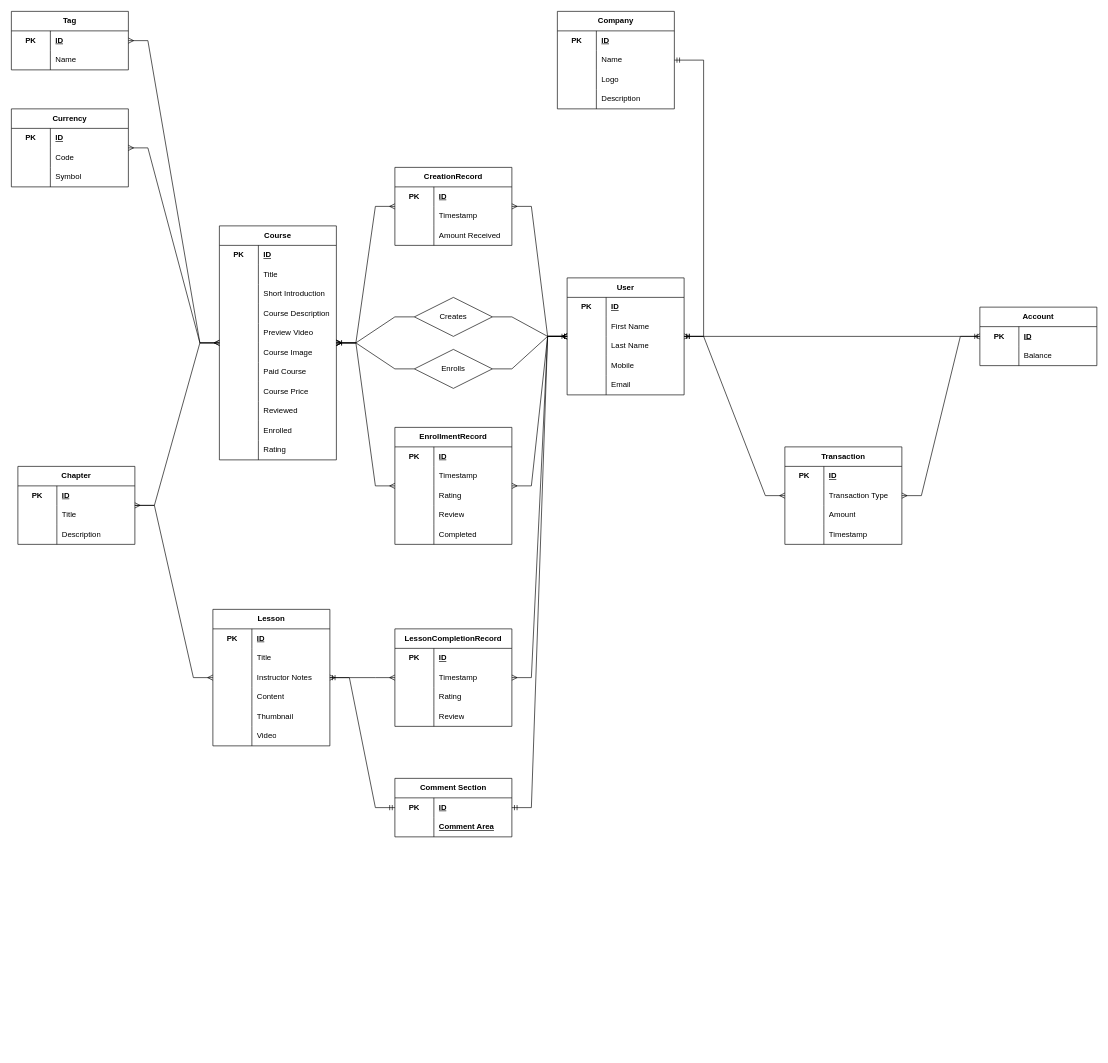
Before: Khadoo ERD.drawio in TechManTejas/Draw-IO-Diagrams, a draw.io diagram. Source tidied: cells renumbered, new cells numbered last; positions are measured from the earlier drawing's top-left corner, leaving out a move shared by most shapes. Both pictures are drawn from the tidied source at 65%, with x=0, y=0 at pixel (11, 11).
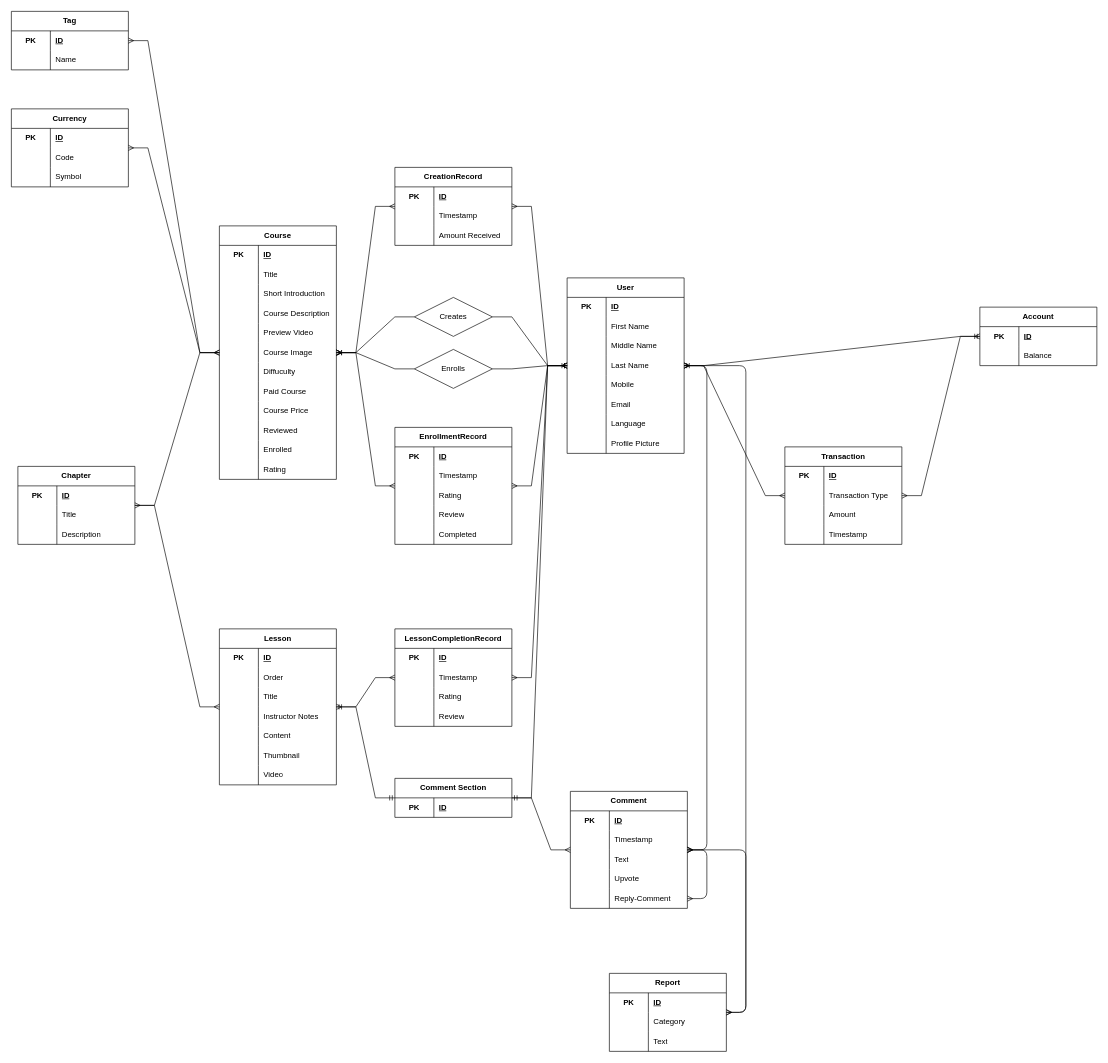
After the change.

Change to the diagram source:
```diff
@@
-    <mxCell id="2" value="Company" style="shape=table;startSize=30;childLayout=tableLayout;rowLines=0;fontStyle=1;align=center;html=1;whiteSpace=wrap;swimlaneLine=1;" parent="1" vertex="1">
-      <mxGeometry x="840" width="180" height="150" as="geometry" />
-    </mxCell>
-    <mxCell id="3" style="shape=tableRow;horizontal=0;startSize=0;swimlaneHead=0;swimlaneBody=0;fillColor=none;top=0;left=0;right=0;bottom=0;html=1;" parent="2" vertex="1">
-      <mxGeometry y="30" width="180" height="30" as="geometry" />
-    </mxCell>
-    <mxCell id="4" value="PK" style="shape=partialRectangle;fillColor=none;top=0;left=0;bottom=0;right=0;fontStyle=1;overflow=hidden;html=1;whiteSpace=wrap;" parent="3" vertex="1">
-      <mxGeometry width="60" height="30" as="geometry" />
-    </mxCell>
-    <mxCell id="5" value="ID" style="shape=partialRectangle;fillColor=none;top=0;left=0;bottom=0;right=0;align=left;spacingLeft=6;fontStyle=5;overflow=hidden;html=1;whiteSpace=wrap;" parent="3" vertex="1">
-      <mxGeometry x="60" width="120" height="30" as="geometry" />
-    </mxCell>
-    <mxCell id="6" style="shape=tableRow;horizontal=0;startSize=0;swimlaneHead=0;swimlaneBody=0;fillColor=none;top=0;left=0;right=0;bottom=0;html=1;" parent="2" vertex="1">
-      <mxGeometry y="60" width="180" height="30" as="geometry" />
-    </mxCell>
-    <mxCell id="7" style="shape=partialRectangle;fillColor=none;top=0;left=0;bottom=0;right=0;overflow=hidden;html=1;whiteSpace=wrap;" parent="6" vertex="1">
-      <mxGeometry width="60" height="30" as="geometry" />
-    </mxCell>
-    <mxCell id="8" value="Name" style="shape=partialRectangle;fillColor=none;top=0;left=0;bottom=0;right=0;align=left;spacingLeft=6;overflow=hidden;html=1;whiteSpace=wrap;" parent="6" vertex="1">
-      <mxGeometry x="60" width="120" height="30" as="geometry" />
-    </mxCell>
-    <mxCell id="9" style="shape=tableRow;horizontal=0;startSize=0;swimlaneHead=0;swimlaneBody=0;fillColor=none;top=0;left=0;right=0;bottom=0;html=1;" parent="2" vertex="1">
-      <mxGeometry y="90" width="180" height="30" as="geometry" />
-    </mxCell>
-    <mxCell id="10" style="shape=partialRectangle;fillColor=none;top=0;left=0;bottom=0;right=0;overflow=hidden;html=1;whiteSpace=wrap;" parent="9" vertex="1">
-      <mxGeometry width="60" height="30" as="geometry" />
-    </mxCell>
-    <mxCell id="11" value="Logo" style="shape=partialRectangle;fillColor=none;top=0;left=0;bottom=0;right=0;align=left;spacingLeft=6;overflow=hidden;html=1;whiteSpace=wrap;" parent="9" vertex="1">
-      <mxGeometry x="60" width="120" height="30" as="geometry" />
-    </mxCell>
-    <mxCell id="12" style="shape=tableRow;horizontal=0;startSize=0;swimlaneHead=0;swimlaneBody=0;fillColor=none;top=0;left=0;right=0;bottom=0;html=1;" parent="2" vertex="1">
-      <mxGeometry y="120" width="180" height="30" as="geometry" />
-    </mxCell>
-    <mxCell id="13" style="shape=partialRectangle;fillColor=none;top=0;left=0;bottom=0;right=0;overflow=hidden;html=1;whiteSpace=wrap;" parent="12" vertex="1">
-      <mxGeometry width="60" height="30" as="geometry" />
-    </mxCell>
-    <mxCell id="14" value="Description" style="shape=partialRectangle;fillColor=none;top=0;left=0;bottom=0;right=0;align=left;spacingLeft=6;overflow=hidden;html=1;whiteSpace=wrap;" parent="12" vertex="1">
-      <mxGeometry x="60" width="120" height="30" as="geometry" />
-    </mxCell>
     <mxCell id="15" value="&lt;div&gt;User&lt;/div&gt;" style="shape=table;startSize=30;childLayout=tableLayout;rowLines=0;fontStyle=1;align=center;html=1;whiteSpace=wrap;" parent="1" vertex="1">
-      <mxGeometry x="855" y="410" width="180" height="180" as="geometry" />
+      <mxGeometry x="855" y="410" width="180" height="270" as="geometry" />
     </mxCell>
@@
+    <mxCell id="199" style="shape=tableRow;horizontal=0;startSize=0;swimlaneHead=0;swimlaneBody=0;fillColor=none;top=0;left=0;right=0;bottom=0;html=1;" parent="15" vertex="1">
+      <mxGeometry y="90" width="180" height="30" as="geometry" />
+    </mxCell>
+    <mxCell id="200" style="shape=partialRectangle;fillColor=none;top=0;left=0;bottom=0;right=0;overflow=hidden;html=1;whiteSpace=wrap;" parent="199" vertex="1">
+      <mxGeometry width="60" height="30" as="geometry" />
+    </mxCell>
+    <mxCell id="201" value="Middle Name" style="shape=partialRectangle;fillColor=none;top=0;left=0;bottom=0;right=0;align=left;spacingLeft=6;overflow=hidden;html=1;whiteSpace=wrap;" parent="199" vertex="1">
+      <mxGeometry x="60" width="120" height="30" as="geometry" />
+    </mxCell>
     <mxCell id="22" style="shape=tableRow;horizontal=0;startSize=0;swimlaneHead=0;swimlaneBody=0;fillColor=none;top=0;left=0;right=0;bottom=0;html=1;" parent="15" vertex="1">
-      <mxGeometry y="90" width="180" height="30" as="geometry" />
+      <mxGeometry y="120" width="180" height="30" as="geometry" />
     </mxCell>
@@
     <mxCell id="25" style="shape=tableRow;horizontal=0;startSize=0;swimlaneHead=0;swimlaneBody=0;fillColor=none;top=0;left=0;right=0;bottom=0;html=1;" parent="15" vertex="1">
-      <mxGeometry y="120" width="180" height="30" as="geometry" />
+      <mxGeometry y="150" width="180" height="30" as="geometry" />
     </mxCell>
@@
     <mxCell id="28" style="shape=tableRow;horizontal=0;startSize=0;swimlaneHead=0;swimlaneBody=0;fillColor=none;top=0;left=0;right=0;bottom=0;html=1;" parent="15" vertex="1">
-      <mxGeometry y="150" width="180" height="30" as="geometry" />
+      <mxGeometry y="180" width="180" height="30" as="geometry" />
     </mxCell>
@@
-    <mxCell id="31" style="edgeStyle=entityRelationEdgeStyle;fontSize=12;html=1;endArrow=ERmandOne;startArrow=ERmandOne;rounded=0;" parent="1" edge="1" source="15" target="2">
-      <mxGeometry relative="1" as="geometry" />
-    </mxCell>
+    <mxCell id="202" style="shape=tableRow;horizontal=0;startSize=0;swimlaneHead=0;swimlaneBody=0;fillColor=none;top=0;left=0;right=0;bottom=0;html=1;" parent="15" vertex="1">
+      <mxGeometry y="210" width="180" height="30" as="geometry" />
+    </mxCell>
+    <mxCell id="203" style="shape=partialRectangle;fillColor=none;top=0;left=0;bottom=0;right=0;overflow=hidden;html=1;whiteSpace=wrap;" parent="202" vertex="1">
+      <mxGeometry width="60" height="30" as="geometry" />
+    </mxCell>
+    <mxCell id="204" value="Language" style="shape=partialRectangle;fillColor=none;top=0;left=0;bottom=0;right=0;align=left;spacingLeft=6;overflow=hidden;html=1;whiteSpace=wrap;" parent="202" vertex="1">
+      <mxGeometry x="60" width="120" height="30" as="geometry" />
+    </mxCell>
+    <mxCell id="205" style="shape=tableRow;horizontal=0;startSize=0;swimlaneHead=0;swimlaneBody=0;fillColor=none;top=0;left=0;right=0;bottom=0;html=1;" parent="15" vertex="1">
+      <mxGeometry y="240" width="180" height="30" as="geometry" />
+    </mxCell>
+    <mxCell id="206" style="shape=partialRectangle;fillColor=none;top=0;left=0;bottom=0;right=0;overflow=hidden;html=1;whiteSpace=wrap;" parent="205" vertex="1">
+      <mxGeometry width="60" height="30" as="geometry" />
+    </mxCell>
+    <mxCell id="207" value="Profile Picture" style="shape=partialRectangle;fillColor=none;top=0;left=0;bottom=0;right=0;align=left;spacingLeft=6;overflow=hidden;html=1;whiteSpace=wrap;" parent="205" vertex="1">
+      <mxGeometry x="60" width="120" height="30" as="geometry" />
+    </mxCell>
     <mxCell id="32" value="Course" style="shape=table;startSize=30;childLayout=tableLayout;rowLines=0;fontStyle=1;align=center;html=1;whiteSpace=wrap;swimlaneLine=1;" parent="1" vertex="1">
-      <mxGeometry x="320" y="330" width="180" height="360" as="geometry" />
+      <mxGeometry x="320" y="330" width="180" height="390" as="geometry" />
     </mxCell>
@@
+    <mxCell id="208" style="shape=tableRow;horizontal=0;startSize=0;swimlaneHead=0;swimlaneBody=0;fillColor=none;top=0;left=0;right=0;bottom=0;html=1;" parent="32" vertex="1">
+      <mxGeometry y="210" width="180" height="30" as="geometry" />
+    </mxCell>
+    <mxCell id="209" style="shape=partialRectangle;fillColor=none;top=0;left=0;bottom=0;right=0;overflow=hidden;html=1;whiteSpace=wrap;" parent="208" vertex="1">
+      <mxGeometry width="60" height="30" as="geometry" />
+    </mxCell>
+    <mxCell id="210" value="Diffuculty" style="shape=partialRectangle;fillColor=none;top=0;left=0;bottom=0;right=0;align=left;spacingLeft=6;overflow=hidden;html=1;whiteSpace=wrap;" parent="208" vertex="1">
+      <mxGeometry x="60" width="120" height="30" as="geometry" />
+    </mxCell>
     <mxCell id="51" style="shape=tableRow;horizontal=0;startSize=0;swimlaneHead=0;swimlaneBody=0;fillColor=none;top=0;left=0;right=0;bottom=0;html=1;" parent="32" vertex="1">
-      <mxGeometry y="210" width="180" height="30" as="geometry" />
+      <mxGeometry y="240" width="180" height="30" as="geometry" />
     </mxCell>
@@
     <mxCell id="54" style="shape=tableRow;horizontal=0;startSize=0;swimlaneHead=0;swimlaneBody=0;fillColor=none;top=0;left=0;right=0;bottom=0;html=1;" parent="32" vertex="1">
-      <mxGeometry y="240" width="180" height="30" as="geometry" />
+      <mxGeometry y="270" width="180" height="30" as="geometry" />
     </mxCell>
@@
     <mxCell id="57" style="shape=tableRow;horizontal=0;startSize=0;swimlaneHead=0;swimlaneBody=0;fillColor=none;top=0;left=0;right=0;bottom=0;html=1;" parent="32" vertex="1">
-      <mxGeometry y="270" width="180" height="30" as="geometry" />
+      <mxGeometry y="300" width="180" height="30" as="geometry" />
     </mxCell>
@@
     <mxCell id="60" style="shape=tableRow;horizontal=0;startSize=0;swimlaneHead=0;swimlaneBody=0;fillColor=none;top=0;left=0;right=0;bottom=0;html=1;" parent="32" vertex="1">
-      <mxGeometry y="300" width="180" height="30" as="geometry" />
+      <mxGeometry y="330" width="180" height="30" as="geometry" />
     </mxCell>
@@
     <mxCell id="63" style="shape=tableRow;horizontal=0;startSize=0;swimlaneHead=0;swimlaneBody=0;fillColor=none;top=0;left=0;right=0;bottom=0;html=1;" parent="32" vertex="1">
-      <mxGeometry y="330" width="180" height="30" as="geometry" />
+      <mxGeometry y="360" width="180" height="30" as="geometry" />
     </mxCell>
@@
     <mxCell id="96" value="Lesson&lt;span style=&quot;white-space: pre;&quot;&gt;&lt;/span&gt;" style="shape=table;startSize=30;childLayout=tableLayout;rowLines=0;fontStyle=1;align=center;html=1;whiteSpace=wrap;swimlaneLine=1;" parent="1" vertex="1">
-      <mxGeometry x="310" y="920" width="180" height="210" as="geometry" />
+      <mxGeometry x="320" y="950" width="180" height="240" as="geometry" />
     </mxCell>
@@
+    <mxCell id="211" style="shape=tableRow;horizontal=0;startSize=0;swimlaneHead=0;swimlaneBody=0;fillColor=none;top=0;left=0;right=0;bottom=0;html=1;" parent="96" vertex="1">
+      <mxGeometry y="60" width="180" height="30" as="geometry" />
+    </mxCell>
+    <mxCell id="212" style="shape=partialRectangle;fillColor=none;top=0;left=0;bottom=0;right=0;overflow=hidden;html=1;whiteSpace=wrap;" parent="211" vertex="1">
+      <mxGeometry width="60" height="30" as="geometry" />
+    </mxCell>
+    <mxCell id="213" value="Order" style="shape=partialRectangle;fillColor=none;top=0;left=0;bottom=0;right=0;align=left;spacingLeft=6;overflow=hidden;html=1;whiteSpace=wrap;" parent="211" vertex="1">
+      <mxGeometry x="60" width="120" height="30" as="geometry" />
+    </mxCell>
     <mxCell id="100" style="shape=tableRow;horizontal=0;startSize=0;swimlaneHead=0;swimlaneBody=0;fillColor=none;top=0;left=0;right=0;bottom=0;html=1;" parent="96" vertex="1">
-      <mxGeometry y="60" width="180" height="30" as="geometry" />
+      <mxGeometry y="90" width="180" height="30" as="geometry" />
     </mxCell>
@@
     <mxCell id="103" style="shape=tableRow;horizontal=0;startSize=0;swimlaneHead=0;swimlaneBody=0;fillColor=none;top=0;left=0;right=0;bottom=0;html=1;" parent="96" vertex="1">
-      <mxGeometry y="90" width="180" height="30" as="geometry" />
+      <mxGeometry y="120" width="180" height="30" as="geometry" />
     </mxCell>
@@
     <mxCell id="106" style="shape=tableRow;horizontal=0;startSize=0;swimlaneHead=0;swimlaneBody=0;fillColor=none;top=0;left=0;right=0;bottom=0;html=1;" parent="96" vertex="1">
-      <mxGeometry y="120" width="180" height="30" as="geometry" />
+      <mxGeometry y="150" width="180" height="30" as="geometry" />
     </mxCell>
@@
     <mxCell id="109" style="shape=tableRow;horizontal=0;startSize=0;swimlaneHead=0;swimlaneBody=0;fillColor=none;top=0;left=0;right=0;bottom=0;html=1;" parent="96" vertex="1">
-      <mxGeometry y="150" width="180" height="30" as="geometry" />
+      <mxGeometry y="180" width="180" height="30" as="geometry" />
     </mxCell>
@@
     <mxCell id="112" style="shape=tableRow;horizontal=0;startSize=0;swimlaneHead=0;swimlaneBody=0;fillColor=none;top=0;left=0;right=0;bottom=0;html=1;" parent="96" vertex="1">
-      <mxGeometry y="180" width="180" height="30" as="geometry" />
+      <mxGeometry y="210" width="180" height="30" as="geometry" />
     </mxCell>
@@
     <mxCell id="155" value="&lt;div&gt;Comment Section&lt;/div&gt;" style="shape=table;startSize=30;childLayout=tableLayout;rowLines=0;fontStyle=1;align=center;html=1;whiteSpace=wrap;swimlaneLine=1;" parent="1" vertex="1">
-      <mxGeometry x="590" y="1180" width="180" height="90" as="geometry" />
+      <mxGeometry x="590" y="1180" width="180" height="60" as="geometry" />
     </mxCell>
@@
-    <mxCell id="159" style="shape=tableRow;horizontal=0;startSize=0;swimlaneHead=0;swimlaneBody=0;fillColor=none;top=0;left=0;right=0;bottom=0;html=1;" parent="155" vertex="1">
-      <mxGeometry y="60" width="180" height="30" as="geometry" />
-    </mxCell>
-    <mxCell id="160" style="shape=partialRectangle;fillColor=none;top=0;left=0;bottom=0;right=0;fontStyle=1;overflow=hidden;html=1;whiteSpace=wrap;" parent="159" vertex="1">
-      <mxGeometry width="60" height="30" as="geometry" />
-    </mxCell>
-    <mxCell id="161" value="Comment Area" style="shape=partialRectangle;fillColor=none;top=0;left=0;bottom=0;right=0;align=left;spacingLeft=6;fontStyle=5;overflow=hidden;html=1;whiteSpace=wrap;" parent="159" vertex="1">
-      <mxGeometry x="60" width="120" height="30" as="geometry" />
-    </mxCell>
@@
+    <mxCell id="214" value="Comment" style="shape=table;startSize=30;childLayout=tableLayout;rowLines=0;fontStyle=1;align=center;html=1;whiteSpace=wrap;swimlaneLine=1;" parent="1" vertex="1">
+      <mxGeometry x="860" y="1200" width="180" height="180" as="geometry" />
+    </mxCell>
+    <mxCell id="215" style="shape=tableRow;horizontal=0;startSize=0;swimlaneHead=0;swimlaneBody=0;fillColor=none;top=0;left=0;right=0;bottom=0;html=1;" parent="214" vertex="1">
+      <mxGeometry y="30" width="180" height="30" as="geometry" />
+    </mxCell>
+    <mxCell id="216" value="PK" style="shape=partialRectangle;fillColor=none;top=0;left=0;bottom=0;right=0;fontStyle=1;overflow=hidden;html=1;whiteSpace=wrap;" parent="215" vertex="1">
+      <mxGeometry width="60" height="30" as="geometry" />
+    </mxCell>
+    <mxCell id="217" value="ID" style="shape=partialRectangle;fillColor=none;top=0;left=0;bottom=0;right=0;align=left;spacingLeft=6;fontStyle=5;overflow=hidden;html=1;whiteSpace=wrap;" parent="215" vertex="1">
+      <mxGeometry x="60" width="120" height="30" as="geometry" />
+    </mxCell>
+    <mxCell id="218" style="shape=tableRow;horizontal=0;startSize=0;swimlaneHead=0;swimlaneBody=0;fillColor=none;top=0;left=0;right=0;bottom=0;html=1;" parent="214" vertex="1">
+      <mxGeometry y="60" width="180" height="30" as="geometry" />
+    </mxCell>
+    <mxCell id="219" style="shape=partialRectangle;fillColor=none;top=0;left=0;bottom=0;right=0;overflow=hidden;html=1;whiteSpace=wrap;" parent="218" vertex="1">
+      <mxGeometry width="60" height="30" as="geometry" />
+    </mxCell>
+    <mxCell id="220" value="&lt;div&gt;Timestamp&lt;/div&gt;" style="shape=partialRectangle;fillColor=none;top=0;left=0;bottom=0;right=0;align=left;spacingLeft=6;overflow=hidden;html=1;whiteSpace=wrap;" parent="218" vertex="1">
+      <mxGeometry x="60" width="120" height="30" as="geometry" />
+    </mxCell>
+    <mxCell id="221" style="shape=tableRow;horizontal=0;startSize=0;swimlaneHead=0;swimlaneBody=0;fillColor=none;top=0;left=0;right=0;bottom=0;html=1;" parent="214" vertex="1">
+      <mxGeometry y="90" width="180" height="30" as="geometry" />
+    </mxCell>
+    <mxCell id="222" style="shape=partialRectangle;fillColor=none;top=0;left=0;bottom=0;right=0;overflow=hidden;html=1;whiteSpace=wrap;" parent="221" vertex="1">
+      <mxGeometry width="60" height="30" as="geometry" />
+    </mxCell>
+    <mxCell id="223" value="&lt;div&gt;Text&lt;/div&gt;" style="shape=partialRectangle;fillColor=none;top=0;left=0;bottom=0;right=0;align=left;spacingLeft=6;overflow=hidden;html=1;whiteSpace=wrap;" parent="221" vertex="1">
+      <mxGeometry x="60" width="120" height="30" as="geometry" />
+    </mxCell>
+    <mxCell id="12" style="shape=tableRow;horizontal=0;startSize=0;swimlaneHead=0;swimlaneBody=0;fillColor=none;top=0;left=0;right=0;bottom=0;html=1;" parent="214" vertex="1">
+      <mxGeometry y="120" width="180" height="30" as="geometry" />
+    </mxCell>
+    <mxCell id="224" style="shape=partialRectangle;fillColor=none;top=0;left=0;bottom=0;right=0;overflow=hidden;html=1;whiteSpace=wrap;" parent="12" vertex="1">
+      <mxGeometry width="60" height="30" as="geometry" />
+    </mxCell>
+    <mxCell id="225" value="Upvote" style="shape=partialRectangle;fillColor=none;top=0;left=0;bottom=0;right=0;align=left;spacingLeft=6;overflow=hidden;html=1;whiteSpace=wrap;" parent="12" vertex="1">
+      <mxGeometry x="60" width="120" height="30" as="geometry" />
+    </mxCell>
+    <mxCell id="226" style="shape=tableRow;horizontal=0;startSize=0;swimlaneHead=0;swimlaneBody=0;fillColor=none;points=[[0,0.5],[1,0.5]];portConstraint=eastwest;top=0;left=0;right=0;bottom=0;html=1;" parent="214" vertex="1">
+      <mxGeometry y="150" width="180" height="30" as="geometry" />
+    </mxCell>
+    <mxCell id="227" style="shape=partialRectangle;fillColor=none;top=0;left=0;bottom=0;right=0;overflow=hidden;html=1;whiteSpace=wrap;" parent="226" vertex="1">
+      <mxGeometry width="60" height="30" as="geometry" />
+    </mxCell>
+    <mxCell id="228" value="Reply-Comment" style="shape=partialRectangle;fillColor=none;top=0;left=0;bottom=0;right=0;align=left;spacingLeft=6;overflow=hidden;html=1;whiteSpace=wrap;" parent="226" vertex="1">
+      <mxGeometry x="60" width="120" height="30" as="geometry" />
+    </mxCell>
+    <mxCell id="229" style="fontSize=12;html=1;endArrow=ERmany;startArrow=ERmany;rounded=1;elbow=vertical;edgeStyle=entityRelationEdgeStyle;" parent="214" edge="1" source="214" target="226">
+      <mxGeometry relative="1" as="geometry" />
+    </mxCell>
+    <mxCell id="230" style="edgeStyle=entityRelationEdgeStyle;fontSize=12;html=1;endArrow=ERmany;startArrow=ERmany;rounded=1;" parent="1" edge="1" source="214" target="15">
+      <mxGeometry relative="1" as="geometry" />
+    </mxCell>
+    <mxCell id="231" style="edgeStyle=entityRelationEdgeStyle;fontSize=12;html=1;endArrow=ERmany;rounded=0;" parent="1" edge="1" source="155" target="214">
+      <mxGeometry relative="1" as="geometry" />
+    </mxCell>
+    <mxCell id="232" value="Report" style="shape=table;startSize=30;childLayout=tableLayout;rowLines=0;fontStyle=1;align=center;html=1;whiteSpace=wrap;swimlaneLine=1;" parent="1" vertex="1">
+      <mxGeometry x="920" y="1480" width="180" height="120" as="geometry" />
+    </mxCell>
+    <mxCell id="233" style="shape=tableRow;horizontal=0;startSize=0;swimlaneHead=0;swimlaneBody=0;fillColor=none;top=0;left=0;right=0;bottom=0;html=1;" parent="232" vertex="1">
+      <mxGeometry y="30" width="180" height="30" as="geometry" />
+    </mxCell>
+    <mxCell id="234" value="PK" style="shape=partialRectangle;fillColor=none;top=0;left=0;bottom=0;right=0;fontStyle=1;overflow=hidden;html=1;whiteSpace=wrap;" parent="233" vertex="1">
+      <mxGeometry width="60" height="30" as="geometry" />
+    </mxCell>
+    <mxCell id="235" value="ID" style="shape=partialRectangle;fillColor=none;top=0;left=0;bottom=0;right=0;align=left;spacingLeft=6;fontStyle=5;overflow=hidden;html=1;whiteSpace=wrap;" parent="233" vertex="1">
+      <mxGeometry x="60" width="120" height="30" as="geometry" />
+    </mxCell>
+    <mxCell id="236" style="shape=tableRow;horizontal=0;startSize=0;swimlaneHead=0;swimlaneBody=0;fillColor=none;top=0;left=0;right=0;bottom=0;html=1;" parent="232" vertex="1">
+      <mxGeometry y="60" width="180" height="30" as="geometry" />
+    </mxCell>
+    <mxCell id="237" style="shape=partialRectangle;fillColor=none;top=0;left=0;bottom=0;right=0;overflow=hidden;html=1;whiteSpace=wrap;" parent="236" vertex="1">
+      <mxGeometry width="60" height="30" as="geometry" />
+    </mxCell>
+    <mxCell id="238" value="&lt;div&gt;Category&lt;br&gt;&lt;/div&gt;" style="shape=partialRectangle;fillColor=none;top=0;left=0;bottom=0;right=0;align=left;spacingLeft=6;overflow=hidden;html=1;whiteSpace=wrap;" parent="236" vertex="1">
+      <mxGeometry x="60" width="120" height="30" as="geometry" />
+    </mxCell>
+    <mxCell id="239" style="shape=tableRow;horizontal=0;startSize=0;swimlaneHead=0;swimlaneBody=0;fillColor=none;top=0;left=0;right=0;bottom=0;html=1;" parent="232" vertex="1">
+      <mxGeometry y="90" width="180" height="30" as="geometry" />
+    </mxCell>
+    <mxCell id="240" style="shape=partialRectangle;fillColor=none;top=0;left=0;bottom=0;right=0;overflow=hidden;html=1;whiteSpace=wrap;" parent="239" vertex="1">
+      <mxGeometry width="60" height="30" as="geometry" />
+    </mxCell>
+    <mxCell id="241" value="&lt;div&gt;Text&lt;/div&gt;" style="shape=partialRectangle;fillColor=none;top=0;left=0;bottom=0;right=0;align=left;spacingLeft=6;overflow=hidden;html=1;whiteSpace=wrap;" parent="239" vertex="1">
+      <mxGeometry x="60" width="120" height="30" as="geometry" />
+    </mxCell>
+    <mxCell id="242" style="edgeStyle=entityRelationEdgeStyle;fontSize=12;html=1;endArrow=ERmany;startArrow=ERmany;rounded=1;" parent="1" edge="1" source="232" target="214">
+      <mxGeometry relative="1" as="geometry" />
+    </mxCell>
+    <mxCell id="243" style="edgeStyle=entityRelationEdgeStyle;fontSize=12;html=1;endArrow=ERmany;startArrow=ERmany;rounded=1;" parent="1" edge="1" source="232" target="15">
+      <mxGeometry relative="1" as="geometry" />
+    </mxCell>
```
